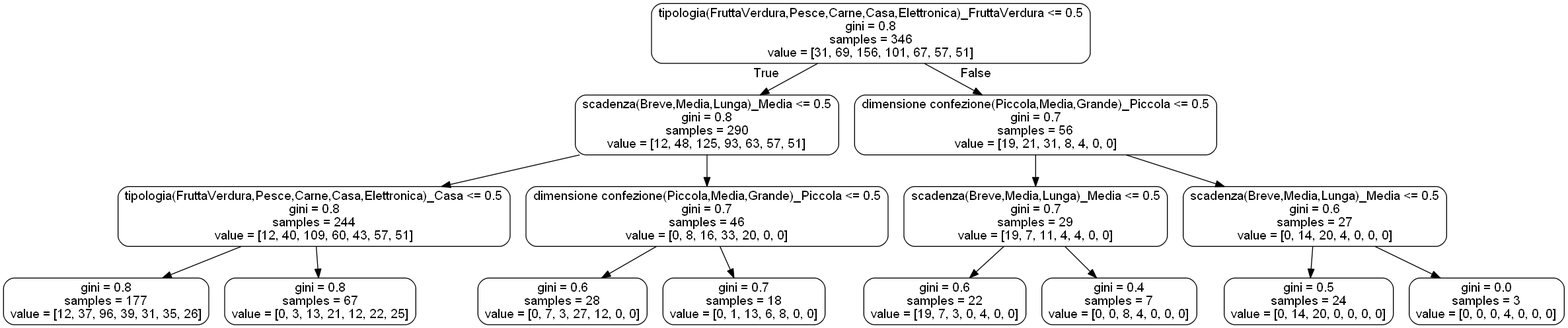
Above: modulo/small_tree.png in Ciro-Fusco/NewDM (Graphviz), before the change. Its source is kept beside it as modulo/small_tree.dot.
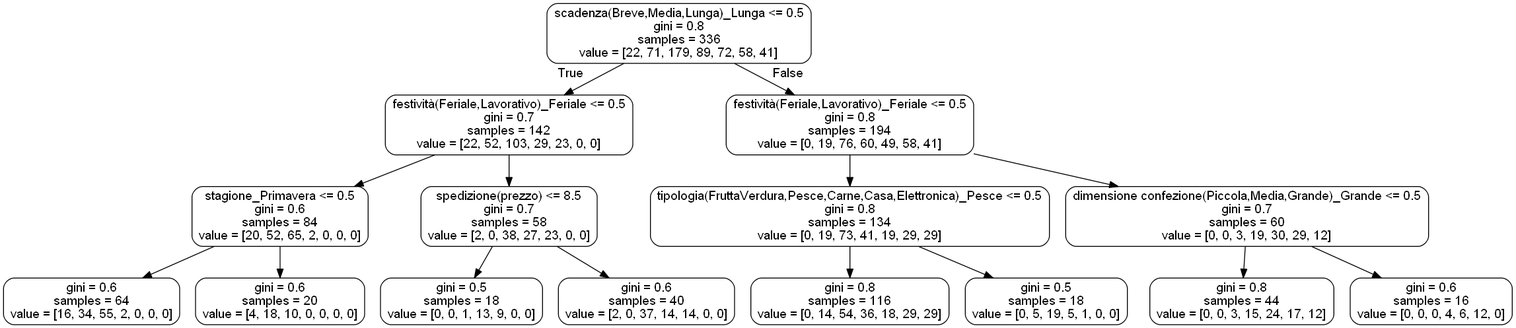
After the commit.

Diff of the diagram source:
```diff
@@ -1,33 +1,33 @@
 digraph Tree {
 node [shape=box, style="rounded", color="black", fontname=helvetica] ;
 edge [fontname=helvetica] ;
-0 [label="tipologia(FruttaVerdura,Pesce,Carne,Casa,Elettronica)_FruttaVerdura <= 0.5\ngini = 0.8\nsamples = 346\nvalue = [31, 69, 156, 101, 67, 57, 51]"] ;
-1 [label="scadenza(Breve,Media,Lunga)_Media <= 0.5\ngini = 0.8\nsamples = 290\nvalue = [12, 48, 125, 93, 63, 57, 51]"] ;
+0 [label="scadenza(Breve,Media,Lunga)_Lunga <= 0.5\ngini = 0.8\nsamples = 336\nvalue = [22, 71, 179, 89, 72, 58, 41]"] ;
+1 [label="festività(Feriale,Lavorativo)_Feriale <= 0.5\ngini = 0.7\nsamples = 142\nvalue = [22, 52, 103, 29, 23, 0, 0]"] ;
 0 -> 1 [labeldistance=2.5, labelangle=45, headlabel="True"] ;
-2 [label="tipologia(FruttaVerdura,Pesce,Carne,Casa,Elettronica)_Casa <= 0.5\ngini = 0.8\nsamples = 244\nvalue = [12, 40, 109, 60, 43, 57, 51]"] ;
+2 [label="stagione_Primavera <= 0.5\ngini = 0.6\nsamples = 84\nvalue = [20, 52, 65, 2, 0, 0, 0]"] ;
 1 -> 2 ;
-3 [label="gini = 0.8\nsamples = 177\nvalue = [12, 37, 96, 39, 31, 35, 26]"] ;
+3 [label="gini = 0.6\nsamples = 64\nvalue = [16, 34, 55, 2, 0, 0, 0]"] ;
 2 -> 3 ;
-4 [label="gini = 0.8\nsamples = 67\nvalue = [0, 3, 13, 21, 12, 22, 25]"] ;
+4 [label="gini = 0.6\nsamples = 20\nvalue = [4, 18, 10, 0, 0, 0, 0]"] ;
 2 -> 4 ;
-5 [label="dimensione confezione(Piccola,Media,Grande)_Piccola <= 0.5\ngini = 0.7\nsamples = 46\nvalue = [0, 8, 16, 33, 20, 0, 0]"] ;
+5 [label="spedizione(prezzo) <= 8.5\ngini = 0.7\nsamples = 58\nvalue = [2, 0, 38, 27, 23, 0, 0]"] ;
 1 -> 5 ;
-6 [label="gini = 0.6\nsamples = 28\nvalue = [0, 7, 3, 27, 12, 0, 0]"] ;
+6 [label="gini = 0.5\nsamples = 18\nvalue = [0, 0, 1, 13, 9, 0, 0]"] ;
 5 -> 6 ;
-7 [label="gini = 0.7\nsamples = 18\nvalue = [0, 1, 13, 6, 8, 0, 0]"] ;
+7 [label="gini = 0.6\nsamples = 40\nvalue = [2, 0, 37, 14, 14, 0, 0]"] ;
 5 -> 7 ;
-8 [label="dimensione confezione(Piccola,Media,Grande)_Piccola <= 0.5\ngini = 0.7\nsamples = 56\nvalue = [19, 21, 31, 8, 4, 0, 0]"] ;
+8 [label="festività(Feriale,Lavorativo)_Feriale <= 0.5\ngini = 0.8\nsamples = 194\nvalue = [0, 19, 76, 60, 49, 58, 41]"] ;
 0 -> 8 [labeldistance=2.5, labelangle=-45, headlabel="False"] ;
-9 [label="scadenza(Breve,Media,Lunga)_Media <= 0.5\ngini = 0.7\nsamples = 29\nvalue = [19, 7, 11, 4, 4, 0, 0]"] ;
+9 [label="tipologia(FruttaVerdura,Pesce,Carne,Casa,Elettronica)_Pesce <= 0.5\ngini = 0.8\nsamples = 134\nvalue = [0, 19, 73, 41, 19, 29, 29]"] ;
 8 -> 9 ;
-10 [label="gini = 0.6\nsamples = 22\nvalue = [19, 7, 3, 0, 4, 0, 0]"] ;
+10 [label="gini = 0.8\nsamples = 116\nvalue = [0, 14, 54, 36, 18, 29, 29]"] ;
 9 -> 10 ;
-11 [label="gini = 0.4\nsamples = 7\nvalue = [0, 0, 8, 4, 0, 0, 0]"] ;
+11 [label="gini = 0.5\nsamples = 18\nvalue = [0, 5, 19, 5, 1, 0, 0]"] ;
 9 -> 11 ;
-12 [label="scadenza(Breve,Media,Lunga)_Media <= 0.5\ngini = 0.6\nsamples = 27\nvalue = [0, 14, 20, 4, 0, 0, 0]"] ;
+12 [label="dimensione confezione(Piccola,Media,Grande)_Grande <= 0.5\ngini = 0.7\nsamples = 60\nvalue = [0, 0, 3, 19, 30, 29, 12]"] ;
 8 -> 12 ;
-13 [label="gini = 0.5\nsamples = 24\nvalue = [0, 14, 20, 0, 0, 0, 0]"] ;
+13 [label="gini = 0.8\nsamples = 44\nvalue = [0, 0, 3, 15, 24, 17, 12]"] ;
 12 -> 13 ;
-14 [label="gini = 0.0\nsamples = 3\nvalue = [0, 0, 0, 4, 0, 0, 0]"] ;
+14 [label="gini = 0.6\nsamples = 16\nvalue = [0, 0, 0, 4, 6, 12, 0]"] ;
 12 -> 14 ;
 }
```
